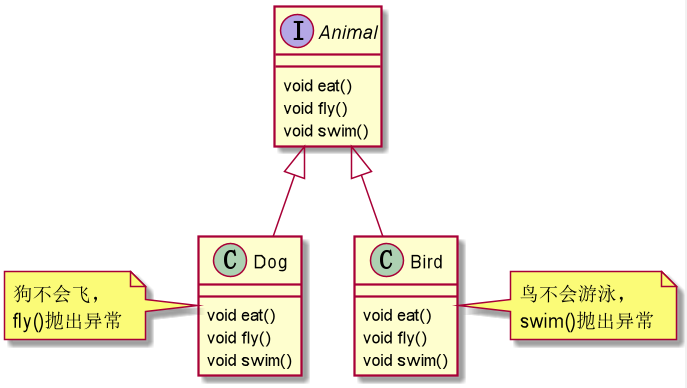
Earlier version of the PlantUML export doc/images/principle/接口隔离原则反例.png (Drintau/StudyRepository). Its source is kept beside it as doc/UML/principle/接口隔离原则反例.puml.
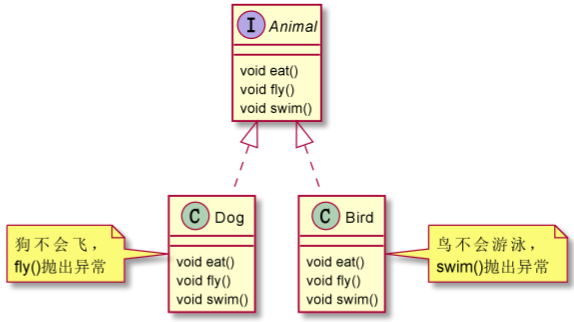
The same diagram one commit later.

The edit, as a diff of the source:
```diff
@@ -20,7 +20,7 @@
 }
 note right of Bird: 鸟不会游泳，\nswim()抛出异常
 
-Animal <|-- Dog
-Animal <|-- Bird
+Animal <|.. Dog
+Animal <|.. Bird
 
 @enduml
```
